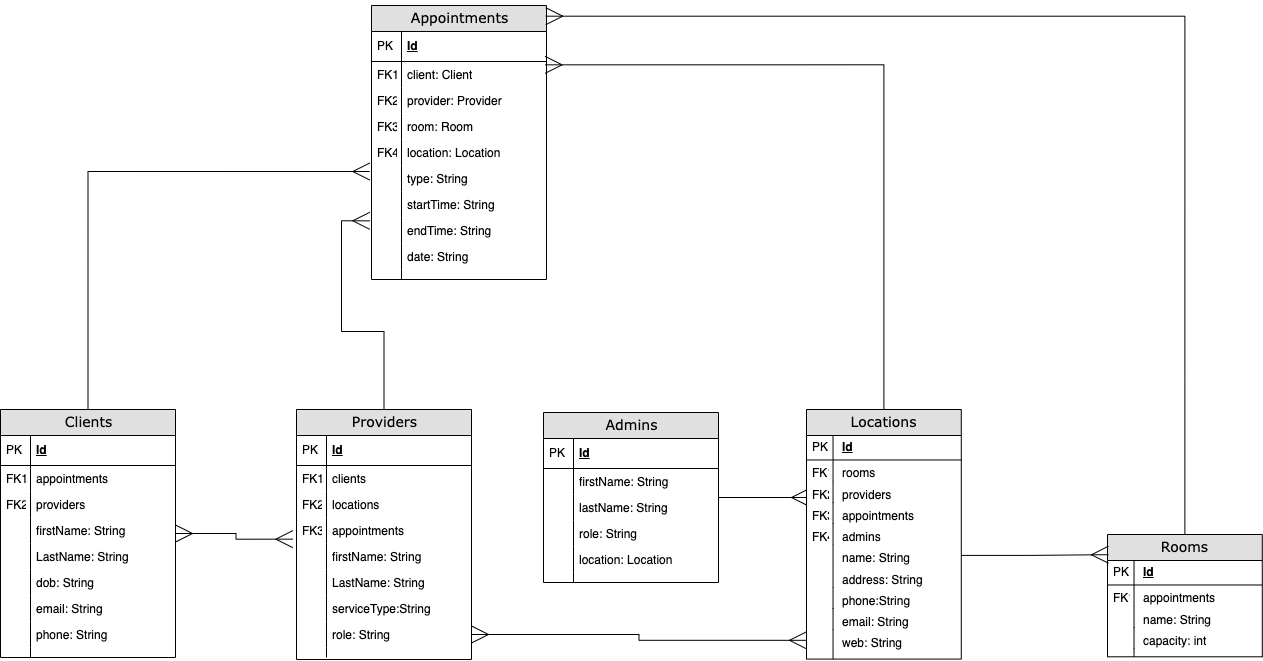
Above: planning/2_diagrams/Appointment Management - Table Diagram.png in ccx1010sky/providers_clients (draw.io), before the change. Source tidied: cells renumbered, new cells last; positions are measured from the earlier drawing's top-left corner, leaving out a move shared by most shapes.
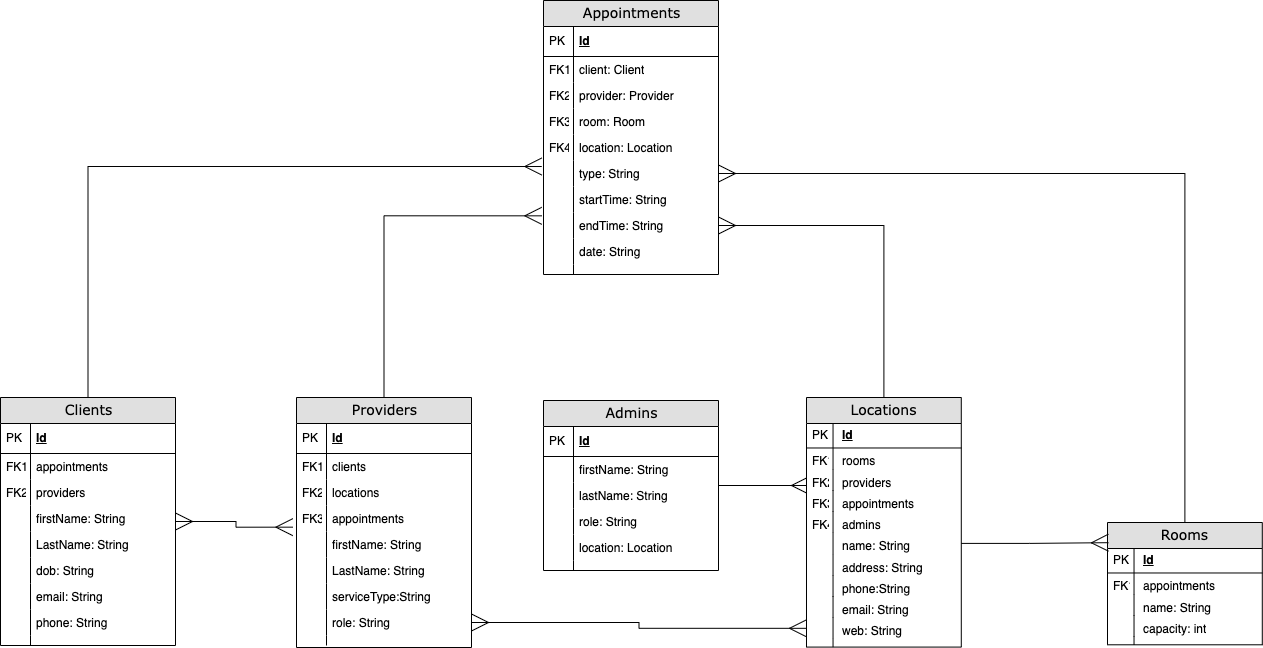
After the change.

Commit message:
Updated Table diagram

The edit, as a diff of the source:
```diff
@@ -3,7 +3,7 @@
     <mxCell id="0" />
     <mxCell id="1" parent="0" />
     <mxCell id="2" value="Appointments" style="swimlane;html=1;fontStyle=0;horizontal=1;startSize=26;fillColor=#e0e0e0;swimlaneFillColor=#ffffff;align=center;rounded=0;shadow=0;comic=0;labelBackgroundColor=none;strokeWidth=1;fontFamily=Verdana;fontSize=14;" parent="1" vertex="1">
-      <mxGeometry x="371" width="175" height="274" as="geometry" />
+      <mxGeometry x="543" y="7" width="175" height="274" as="geometry" />
     </mxCell>
     <mxCell id="3" value="Id" style="shape=partialRectangle;top=0;left=0;right=0;bottom=1;html=1;align=left;verticalAlign=middle;fillColor=none;spacingLeft=34;spacingRight=4;whiteSpace=wrap;overflow=hidden;fontStyle=5;" parent="2" vertex="1">
       <mxGeometry y="26" width="175" height="30" as="geometry" />
@@ -232,10 +232,10 @@
     <mxCell id="77" style="shape=partialRectangle;top=0;left=0;bottom=0;html=1;fillColor=none;align=left;verticalAlign=top;spacingLeft=4;spacingRight=4;whiteSpace=wrap;overflow=hidden;" parent="76" vertex="1">
       <mxGeometry width="30" height="10" as="geometry" />
     </mxCell>
-    <mxCell id="78" style="edgeStyle=orthogonalEdgeStyle;rounded=0;jettySize=auto;html=1;entryX=0.992;entryY=0.128;entryDx=0;entryDy=0;entryPerimeter=0;startArrow=none;startFill=0;endArrow=ERmany;endFill=0;startSize=15;endSize=15;targetPerimeterSpacing=0;strokeWidth=1;" parent="1" edge="1" source="81" target="5">
+    <mxCell id="78" style="edgeStyle=orthogonalEdgeStyle;rounded=0;jettySize=auto;html=1;entryX=1;entryY=0.5;entryDx=0;entryDy=0;startArrow=none;startFill=0;endArrow=ERmany;endFill=0;startSize=15;endSize=15;targetPerimeterSpacing=0;strokeWidth=1;" parent="1" edge="1" source="81" target="17">
       <mxGeometry relative="1" as="geometry" />
     </mxCell>
-    <mxCell id="79" style="edgeStyle=orthogonalEdgeStyle;rounded=0;jettySize=auto;html=1;exitX=0.5;exitY=0;exitDx=0;exitDy=0;entryX=0.996;entryY=0.039;entryDx=0;entryDy=0;entryPerimeter=0;startArrow=none;startFill=0;endArrow=ERmany;endFill=0;startSize=15;endSize=15;" parent="1" edge="1" source="104" target="2">
+    <mxCell id="79" style="edgeStyle=orthogonalEdgeStyle;rounded=0;jettySize=auto;html=1;exitX=0.5;exitY=0;exitDx=0;exitDy=0;startArrow=none;startFill=0;endArrow=ERmany;endFill=0;startSize=15;endSize=15;" parent="1" edge="1" source="104" target="13">
       <mxGeometry relative="1" as="geometry" />
     </mxCell>
     <mxCell id="80" style="edgeStyle=orthogonalEdgeStyle;rounded=0;jettySize=auto;html=1;exitX=0;exitY=0.5;exitDx=0;exitDy=0;entryX=1;entryY=0.5;entryDx=0;entryDy=0;startArrow=ERmany;startFill=0;endArrow=ERmany;endFill=0;startSize=15;endSize=15;" parent="1" edge="1" source="100">
```
